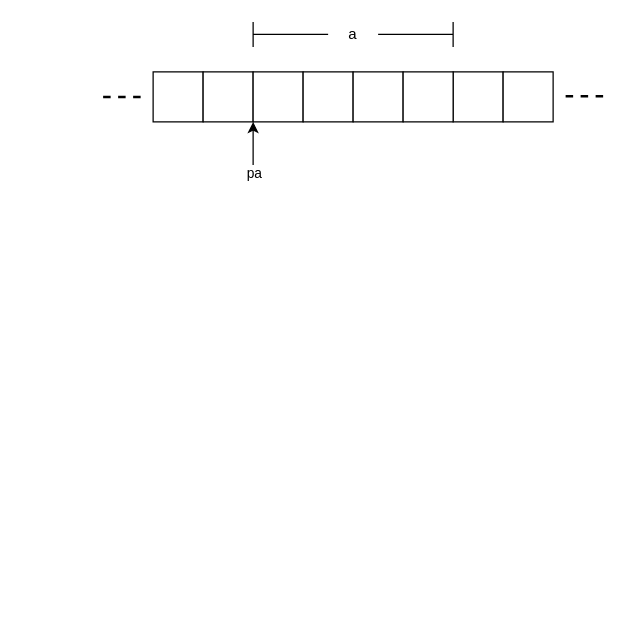
Earlier version of the draw.io diagram directory structure of svp.drawio (frank-dc/drawpics). Source tidied: cells renumbered, new cells numbered last; positions are measured from the earlier drawing's top-left corner, leaving out a move shared by most shapes. Both pictures are drawn from the tidied source at 125%, with x=0, y=0 at pixel (102, 21).
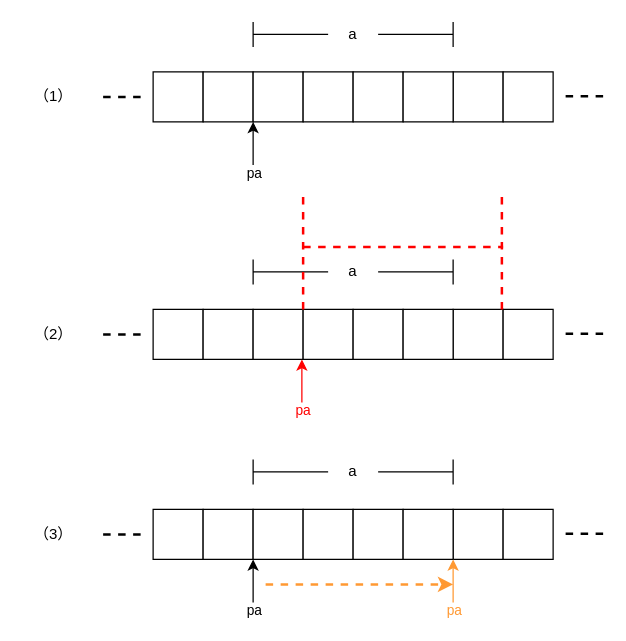
Above is the later version.

The edit, as a diff of the source:
```diff
@@
+    <mxCell id="16" style="whiteSpace=wrap;html=1;" parent="1" vertex="1">
+      <mxGeometry x="40" y="230" width="40" height="40" as="geometry" />
+    </mxCell>
+    <mxCell id="17" style="whiteSpace=wrap;html=1;" parent="1" vertex="1">
+      <mxGeometry x="80" y="230" width="40" height="40" as="geometry" />
+    </mxCell>
+    <mxCell id="18" style="whiteSpace=wrap;html=1;" parent="1" vertex="1">
+      <mxGeometry x="120" y="230" width="40" height="40" as="geometry" />
+    </mxCell>
+    <mxCell id="19" style="whiteSpace=wrap;html=1;" parent="1" vertex="1">
+      <mxGeometry x="160" y="230" width="40" height="40" as="geometry" />
+    </mxCell>
+    <mxCell id="20" style="whiteSpace=wrap;html=1;" parent="1" vertex="1">
+      <mxGeometry x="200" y="230" width="40" height="40" as="geometry" />
+    </mxCell>
+    <mxCell id="21" style="whiteSpace=wrap;html=1;" parent="1" vertex="1">
+      <mxGeometry x="280" y="230" width="40" height="40" as="geometry" />
+    </mxCell>
+    <mxCell id="22" style="whiteSpace=wrap;html=1;" parent="1" vertex="1">
+      <mxGeometry x="240" y="230" width="40" height="40" as="geometry" />
+    </mxCell>
+    <mxCell id="23" style="whiteSpace=wrap;html=1;" parent="1" vertex="1">
+      <mxGeometry x="320" y="230" width="40" height="40" as="geometry" />
+    </mxCell>
+    <mxCell id="24" style="endArrow=none;dashed=1;html=1;rounded=0;strokeWidth=2;" parent="1" edge="1">
+      <mxGeometry relative="1" as="geometry">
+        <mxPoint y="250" as="sourcePoint" />
+        <mxPoint x="30" y="250" as="targetPoint" />
+      </mxGeometry>
+    </mxCell>
+    <mxCell id="25" style="endArrow=none;dashed=1;html=1;rounded=0;strokeWidth=2;" parent="1" edge="1">
+      <mxGeometry relative="1" as="geometry">
+        <mxPoint x="370" y="249.5" as="sourcePoint" />
+        <mxPoint x="400" y="249.5" as="targetPoint" />
+      </mxGeometry>
+    </mxCell>
+    <mxCell id="26" style="shape=crossbar;whiteSpace=wrap;html=1;rounded=1;" parent="1" vertex="1">
+      <mxGeometry x="120" y="190" width="160" height="20" as="geometry" />
+    </mxCell>
+    <mxCell id="27" value="a" style="whiteSpace=wrap;html=1;strokeColor=none;" parent="1" vertex="1">
+      <mxGeometry x="180" y="190" width="40" height="20" as="geometry" />
+    </mxCell>
+    <mxCell id="28" style="endArrow=classic;html=1;rounded=0;strokeWidth=1;strokeColor=#FF0000;" parent="1" edge="1">
+      <mxGeometry relative="1" as="geometry">
+        <mxPoint x="159" y="310" as="sourcePoint" />
+        <mxPoint x="159" y="270" as="targetPoint" />
+      </mxGeometry>
+    </mxCell>
+    <mxCell id="29" value="&lt;font color=&quot;#ff0000&quot;&gt;pa&lt;/font&gt;" style="edgeLabel;html=1;align=center;verticalAlign=middle;" parent="28" vertex="1">
+      <mxGeometry x="-0.5" relative="1" as="geometry">
+        <mxPoint y="10" as="offset" />
+      </mxGeometry>
+    </mxCell>
+    <mxCell id="30" style="endArrow=none;dashed=1;html=1;rounded=0;strokeWidth=2;strokeColor=#FF0000;exitX=0;exitY=0;exitDx=0;exitDy=0;" parent="1" edge="1" source="19">
+      <mxGeometry relative="1" as="geometry">
+        <mxPoint x="160" y="140" as="targetPoint" />
+      </mxGeometry>
+    </mxCell>
+    <mxCell id="31" style="endArrow=none;dashed=1;html=1;rounded=0;strokeWidth=2;strokeColor=#FF0000;" parent="1" edge="1">
+      <mxGeometry relative="1" as="geometry">
+        <mxPoint x="160" y="180" as="sourcePoint" />
+        <mxPoint x="320" y="180" as="targetPoint" />
+      </mxGeometry>
+    </mxCell>
+    <mxCell id="32" style="endArrow=none;dashed=1;html=1;rounded=0;strokeWidth=2;strokeColor=#FF0000;exitX=0;exitY=0;exitDx=0;exitDy=0;" parent="1" edge="1">
+      <mxGeometry relative="1" as="geometry">
+        <mxPoint x="319" y="230" as="sourcePoint" />
+        <mxPoint x="319" y="140" as="targetPoint" />
+      </mxGeometry>
+    </mxCell>
+    <mxCell id="33" style="whiteSpace=wrap;html=1;" parent="1" vertex="1">
+      <mxGeometry x="40" y="390" width="40" height="40" as="geometry" />
+    </mxCell>
+    <mxCell id="34" style="whiteSpace=wrap;html=1;" parent="1" vertex="1">
+      <mxGeometry x="80" y="390" width="40" height="40" as="geometry" />
+    </mxCell>
+    <mxCell id="35" style="whiteSpace=wrap;html=1;" parent="1" vertex="1">
+      <mxGeometry x="120" y="390" width="40" height="40" as="geometry" />
+    </mxCell>
+    <mxCell id="36" style="whiteSpace=wrap;html=1;" parent="1" vertex="1">
+      <mxGeometry x="160" y="390" width="40" height="40" as="geometry" />
+    </mxCell>
+    <mxCell id="37" style="whiteSpace=wrap;html=1;" parent="1" vertex="1">
+      <mxGeometry x="200" y="390" width="40" height="40" as="geometry" />
+    </mxCell>
+    <mxCell id="38" style="whiteSpace=wrap;html=1;" parent="1" vertex="1">
+      <mxGeometry x="280" y="390" width="40" height="40" as="geometry" />
+    </mxCell>
+    <mxCell id="39" style="whiteSpace=wrap;html=1;" parent="1" vertex="1">
+      <mxGeometry x="240" y="390" width="40" height="40" as="geometry" />
+    </mxCell>
+    <mxCell id="40" style="whiteSpace=wrap;html=1;" parent="1" vertex="1">
+      <mxGeometry x="320" y="390" width="40" height="40" as="geometry" />
+    </mxCell>
+    <mxCell id="41" style="endArrow=none;dashed=1;html=1;rounded=0;strokeWidth=2;" parent="1" edge="1">
+      <mxGeometry relative="1" as="geometry">
+        <mxPoint y="410" as="sourcePoint" />
+        <mxPoint x="30" y="410" as="targetPoint" />
+      </mxGeometry>
+    </mxCell>
+    <mxCell id="42" style="endArrow=none;dashed=1;html=1;rounded=0;strokeWidth=2;" parent="1" edge="1">
+      <mxGeometry relative="1" as="geometry">
+        <mxPoint x="370" y="409.5" as="sourcePoint" />
+        <mxPoint x="400" y="409.5" as="targetPoint" />
+      </mxGeometry>
+    </mxCell>
+    <mxCell id="43" style="shape=crossbar;whiteSpace=wrap;html=1;rounded=1;" parent="1" vertex="1">
+      <mxGeometry x="120" y="350" width="160" height="20" as="geometry" />
+    </mxCell>
+    <mxCell id="44" value="a" style="whiteSpace=wrap;html=1;strokeColor=none;" parent="1" vertex="1">
+      <mxGeometry x="180" y="350" width="40" height="20" as="geometry" />
+    </mxCell>
+    <mxCell id="45" style="endArrow=classic;html=1;rounded=0;strokeWidth=1;" parent="1" edge="1">
+      <mxGeometry relative="1" as="geometry">
+        <mxPoint x="120" y="470" as="sourcePoint" />
+        <mxPoint x="120" y="430" as="targetPoint" />
+      </mxGeometry>
+    </mxCell>
+    <mxCell id="46" value="pa&lt;br&gt;" style="edgeLabel;html=1;align=center;verticalAlign=middle;" parent="45" vertex="1">
+      <mxGeometry x="-0.5" relative="1" as="geometry">
+        <mxPoint y="10" as="offset" />
+      </mxGeometry>
+    </mxCell>
+    <mxCell id="47" style="endArrow=classic;html=1;rounded=0;fontColor=#FF0000;strokeColor=#FF9933;strokeWidth=2;dashed=1;" parent="1" edge="1">
+      <mxGeometry relative="1" as="geometry">
+        <mxPoint x="130" y="450" as="sourcePoint" />
+        <mxPoint x="280" y="450" as="targetPoint" />
+      </mxGeometry>
+    </mxCell>
+    <mxCell id="48" style="endArrow=classic;html=1;rounded=0;strokeWidth=1;strokeColor=#FF9933;" parent="1" edge="1">
+      <mxGeometry relative="1" as="geometry">
+        <mxPoint x="280" y="470" as="sourcePoint" />
+        <mxPoint x="280" y="430" as="targetPoint" />
+      </mxGeometry>
+    </mxCell>
+    <mxCell id="49" value="pa&lt;br&gt;" style="edgeLabel;html=1;align=center;verticalAlign=middle;fontColor=#FF9933;" parent="48" vertex="1">
+      <mxGeometry x="-0.5" relative="1" as="geometry">
+        <mxPoint y="10" as="offset" />
+      </mxGeometry>
+    </mxCell>
+    <mxCell id="50" value="&lt;font color=&quot;#000000&quot;&gt;（1）&lt;/font&gt;" style="text;html=1;align=center;verticalAlign=middle;fillColor=none;strokeColor=none;rounded=0;fontColor=#FF9933;" parent="1" vertex="1">
+      <mxGeometry x="-65" y="45" width="50" height="30" as="geometry" />
+    </mxCell>
+    <mxCell id="51" value="&lt;font color=&quot;#000000&quot;&gt;（2）&lt;/font&gt;" style="text;html=1;align=center;verticalAlign=middle;fillColor=none;strokeColor=none;rounded=0;fontColor=#FF9933;" parent="1" vertex="1">
+      <mxGeometry x="-65" y="235" width="50" height="30" as="geometry" />
+    </mxCell>
+    <mxCell id="52" value="&lt;font color=&quot;#000000&quot;&gt;（3）&lt;/font&gt;" style="text;html=1;align=center;verticalAlign=middle;fillColor=none;strokeColor=none;rounded=0;fontColor=#FF9933;" parent="1" vertex="1">
+      <mxGeometry x="-65" y="395" width="50" height="30" as="geometry" />
+    </mxCell>
```
